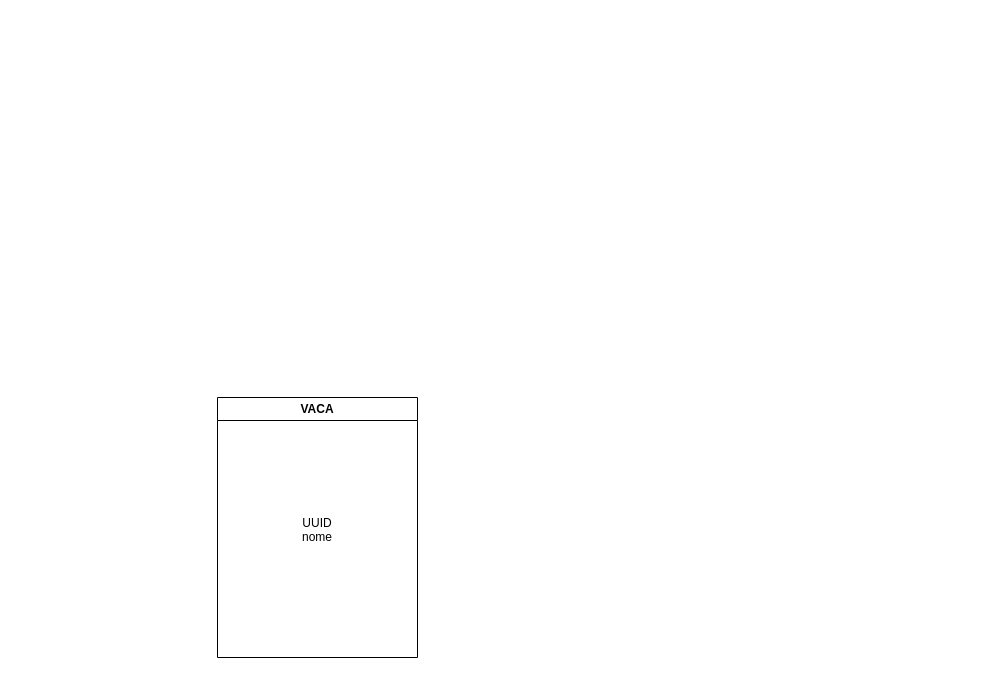
This is page "Page-1" (1 of 2) of Untitled Diagram.drawio from guilermiii/faculdade-kof-system, a draw.io file, before an edit. Source tidied: cells renumbered, new cells numbered last; positions are measured from the earlier drawing's top-left corner, leaving out a move shared by most shapes. Both pictures are drawn from the tidied source at 100%, with x=0, y=0 at pixel (217, 397).
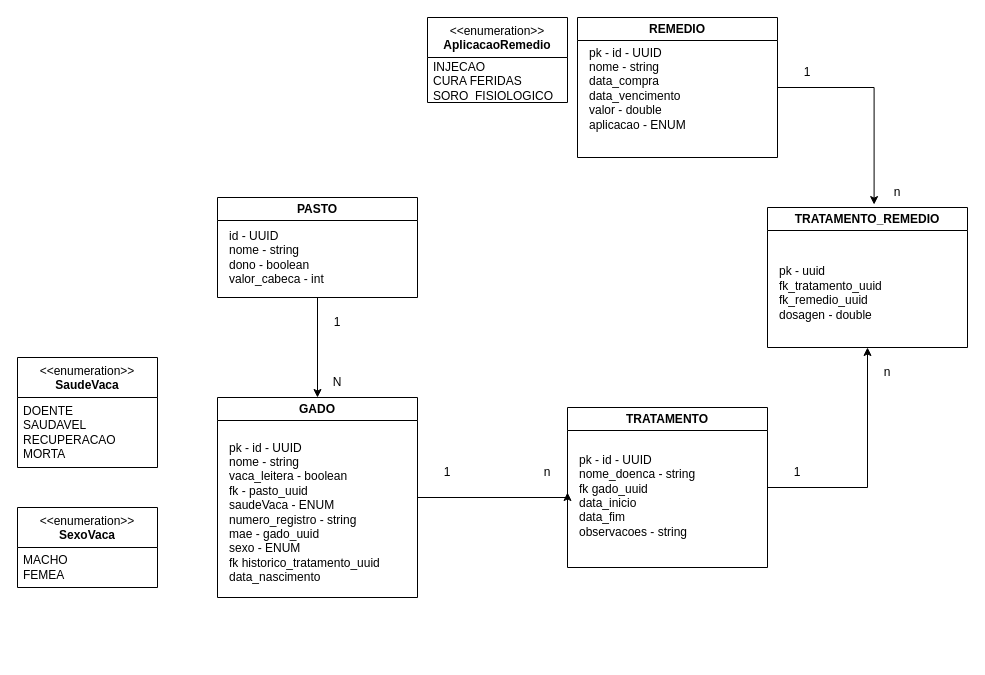
The same page after the edit.

Change to the diagram source:
```diff
@@
+    <mxCell id="4" style="edgeStyle=orthogonalEdgeStyle;rounded=0;jettySize=auto;html=1;" parent="1" edge="1" source="2">
+      <mxGeometry relative="1" as="geometry">
+        <mxPoint x="350" y="95" as="targetPoint" />
+        <Array as="points">
+          <mxPoint x="350" y="100" />
+        </Array>
+      </mxGeometry>
+    </mxCell>
-    <mxCell id="2" value="VACA" style="swimlane;whiteSpace=wrap;html=1;" parent="1" vertex="1">
-      <mxGeometry width="200" height="260" as="geometry" />
+    <mxCell id="2" value="GADO" style="swimlane;whiteSpace=wrap;html=1;" parent="1" vertex="1">
+      <mxGeometry width="200" height="200" as="geometry" />
     </mxCell>
-    <mxCell id="3" value="&lt;div&gt;UUID&lt;/div&gt;&lt;div&gt;nome&lt;/div&gt;&lt;div&gt;&lt;br&gt;&lt;/div&gt;" style="text;html=1;whiteSpace=wrap;strokeColor=none;fillColor=none;align=center;verticalAlign=middle;rounded=0;" parent="2" vertex="1">
-      <mxGeometry x="10" y="30" width="180" height="220" as="geometry" />
+    <mxCell id="3" value="&lt;div&gt;pk - id - UUID&lt;/div&gt;&lt;div&gt;nome - string&lt;/div&gt;&lt;div&gt;vaca_leitera - boolean&lt;/div&gt;&lt;div&gt;fk - pasto_uuid&lt;/div&gt;&lt;div&gt;saudeVaca - ENUM&lt;/div&gt;&lt;div&gt;numero_registro - string&lt;/div&gt;&lt;div&gt;mae - gado_uuid&lt;/div&gt;&lt;div&gt;sexo - ENUM&lt;/div&gt;&lt;div&gt;fk historico_tratamento_uuid&lt;/div&gt;&lt;div&gt;data_nascimento&lt;/div&gt;" style="text;html=1;whiteSpace=wrap;strokeColor=none;fillColor=none;align=left;verticalAlign=middle;rounded=0;" parent="2" vertex="1">
+      <mxGeometry x="10" y="30" width="180" height="170" as="geometry" />
     </mxCell>
+    <mxCell id="5" style="edgeStyle=orthogonalEdgeStyle;rounded=0;jettySize=auto;html=1;entryX=0.5;entryY=0;entryDx=0;entryDy=0;" parent="1" edge="1" source="6" target="2">
+      <mxGeometry relative="1" as="geometry" />
+    </mxCell>
+    <mxCell id="6" value="PASTO" style="swimlane;whiteSpace=wrap;html=1;" parent="1" vertex="1">
+      <mxGeometry y="-200" width="200" height="100" as="geometry" />
+    </mxCell>
+    <mxCell id="7" value="&lt;div&gt;id - UUID&lt;/div&gt;&lt;div&gt;nome - string&lt;/div&gt;&lt;div&gt;dono - boolean&lt;/div&gt;&lt;div&gt;valor_cabeca - int&lt;/div&gt;" style="text;html=1;whiteSpace=wrap;strokeColor=none;fillColor=none;align=left;verticalAlign=middle;rounded=0;" parent="6" vertex="1">
+      <mxGeometry x="10" y="30" width="180" height="60" as="geometry" />
+    </mxCell>
+    <mxCell id="8" value="&lt;div&gt;&amp;lt;&amp;lt;enumeration&amp;gt;&amp;gt;&lt;/div&gt;&lt;b&gt;SaudeVaca&lt;/b&gt;" style="swimlane;fontStyle=0;align=center;verticalAlign=top;horizontal=1;startSize=40;html=1;whiteSpace=wrap;" parent="1" vertex="1">
+      <mxGeometry x="-200" y="-40" width="140" height="110" as="geometry" />
+    </mxCell>
+    <mxCell id="9" value="&lt;div&gt;DOENTE&lt;/div&gt;&lt;div&gt;SAUDAVEL&lt;/div&gt;&lt;div&gt;RECUPERACAO&lt;/div&gt;&lt;div&gt;MORTA&lt;/div&gt;" style="text;html=1;strokeColor=none;fillColor=none;align=left;verticalAlign=middle;spacingLeft=4;spacingRight=4;overflow=hidden;whiteSpace=wrap;" parent="8" vertex="1">
+      <mxGeometry y="40" width="140" height="70" as="geometry" />
+    </mxCell>
+    <mxCell id="10" value="&lt;div&gt;&amp;lt;&amp;lt;enumeration&amp;gt;&amp;gt;&lt;/div&gt;&lt;div&gt;&lt;b&gt;SexoVaca&lt;/b&gt;&lt;/div&gt;" style="swimlane;fontStyle=0;align=center;verticalAlign=top;horizontal=1;startSize=40;html=1;whiteSpace=wrap;" parent="1" vertex="1">
+      <mxGeometry x="-200" y="110" width="140" height="80" as="geometry" />
+    </mxCell>
+    <mxCell id="11" value="&lt;div&gt;MACHO&lt;/div&gt;&lt;div&gt;FEMEA&lt;/div&gt;" style="text;html=1;strokeColor=none;fillColor=none;align=left;verticalAlign=middle;spacingLeft=4;spacingRight=4;overflow=hidden;whiteSpace=wrap;" parent="10" vertex="1">
+      <mxGeometry y="40" width="140" height="40" as="geometry" />
+    </mxCell>
+    <mxCell id="12" style="edgeStyle=orthogonalEdgeStyle;rounded=0;jettySize=auto;html=1;" parent="1" edge="1" source="13" target="25">
+      <mxGeometry relative="1" as="geometry" />
+    </mxCell>
+    <mxCell id="13" value="TRATAMENTO" style="swimlane;whiteSpace=wrap;html=1;" parent="1" vertex="1">
+      <mxGeometry x="350" y="10" width="200" height="160" as="geometry" />
+    </mxCell>
+    <mxCell id="14" value="&lt;div&gt;pk - id - UUID&lt;/div&gt;&lt;div&gt;nome_doenca - string&lt;/div&gt;&lt;div&gt;fk gado_uuid&lt;/div&gt;&lt;div&gt;data_inicio&lt;/div&gt;&lt;div&gt;data_fim&lt;/div&gt;&lt;div&gt;observacoes - string&lt;/div&gt;&lt;div&gt;&lt;br&gt;&lt;/div&gt;&lt;div&gt;&lt;br&gt;&lt;/div&gt;&lt;div&gt;&lt;br&gt;&lt;/div&gt;" style="text;html=1;whiteSpace=wrap;strokeColor=none;fillColor=none;align=left;verticalAlign=middle;rounded=0;" parent="13" vertex="1">
+      <mxGeometry x="10" y="70" width="180" height="80" as="geometry" />
+    </mxCell>
+    <mxCell id="15" value="1" style="text;html=1;whiteSpace=wrap;strokeColor=none;fillColor=none;align=center;verticalAlign=middle;rounded=0;" parent="1" vertex="1">
+      <mxGeometry x="90" y="-90" width="60" height="30" as="geometry" />
+    </mxCell>
+    <mxCell id="16" value="N" style="text;html=1;whiteSpace=wrap;strokeColor=none;fillColor=none;align=center;verticalAlign=middle;rounded=0;" parent="1" vertex="1">
+      <mxGeometry x="90" y="-30" width="60" height="30" as="geometry" />
+    </mxCell>
+    <mxCell id="17" value="1" style="text;html=1;whiteSpace=wrap;strokeColor=none;fillColor=none;align=center;verticalAlign=middle;rounded=0;" parent="1" vertex="1">
+      <mxGeometry x="200" y="60" width="60" height="30" as="geometry" />
+    </mxCell>
+    <mxCell id="18" value="n" style="text;html=1;whiteSpace=wrap;strokeColor=none;fillColor=none;align=center;verticalAlign=middle;rounded=0;" parent="1" vertex="1">
+      <mxGeometry x="300" y="60" width="60" height="30" as="geometry" />
+    </mxCell>
+    <mxCell id="19" value="REMEDIO" style="swimlane;whiteSpace=wrap;html=1;" parent="1" vertex="1">
+      <mxGeometry x="360" y="-380" width="200" height="140" as="geometry" />
+    </mxCell>
+    <mxCell id="20" value="&lt;div&gt;pk - id - UUID&lt;/div&gt;&lt;div&gt;nome - string&lt;/div&gt;&lt;div&gt;data_compra&lt;/div&gt;&lt;div&gt;data_vencimento&lt;/div&gt;&lt;div&gt;valor - double&lt;/div&gt;&lt;div&gt;aplicacao - ENUM&lt;/div&gt;&lt;div&gt;&lt;br&gt;&lt;/div&gt;&lt;div&gt;&lt;br&gt;&lt;/div&gt;&lt;div&gt;&lt;br&gt;&lt;/div&gt;&lt;div&gt;&lt;br&gt;&lt;/div&gt;" style="text;html=1;whiteSpace=wrap;strokeColor=none;fillColor=none;align=left;verticalAlign=middle;rounded=0;" parent="19" vertex="1">
+      <mxGeometry x="10" y="70" width="180" height="60" as="geometry" />
+    </mxCell>
+    <mxCell id="21" value="&lt;div&gt;&amp;lt;&amp;lt;enumeration&amp;gt;&amp;gt;&lt;/div&gt;&lt;b&gt;AplicacaoRemedio&lt;/b&gt;" style="swimlane;fontStyle=0;align=center;verticalAlign=top;horizontal=1;startSize=40;html=1;whiteSpace=wrap;" parent="1" vertex="1">
+      <mxGeometry x="210" y="-380" width="140" height="85" as="geometry" />
+    </mxCell>
+    <mxCell id="22" value="&lt;div&gt;INJECAO&lt;/div&gt;&lt;div&gt;CURA FERIDAS&lt;/div&gt;&lt;div&gt;SORO_FISIOLOGICO&lt;/div&gt;&lt;div&gt;&lt;br&gt;&lt;/div&gt;&lt;div&gt;&lt;br&gt;&lt;/div&gt;" style="text;html=1;strokeColor=none;fillColor=none;align=left;verticalAlign=middle;spacingLeft=4;spacingRight=4;overflow=hidden;whiteSpace=wrap;" parent="21" vertex="1">
+      <mxGeometry y="40" width="140" height="45" as="geometry" />
+    </mxCell>
+    <mxCell id="23" value="1" style="text;html=1;whiteSpace=wrap;strokeColor=none;fillColor=none;align=center;verticalAlign=middle;rounded=0;" parent="1" vertex="1">
+      <mxGeometry x="550" y="60" width="60" height="30" as="geometry" />
+    </mxCell>
+    <mxCell id="24" value="TRATAMENTO_REMEDIO" style="swimlane;whiteSpace=wrap;html=1;" parent="1" vertex="1">
+      <mxGeometry x="550" y="-190" width="200" height="140" as="geometry" />
+    </mxCell>
+    <mxCell id="25" value="&lt;div&gt;pk - uuid&lt;/div&gt;&lt;div&gt;fk_tratamento_uuid&lt;/div&gt;&lt;div&gt;fk_remedio_uuid&lt;/div&gt;&lt;div&gt;dosagen - double&lt;/div&gt;&lt;div&gt;&lt;br&gt;&lt;/div&gt;&lt;div&gt;&lt;br&gt;&lt;/div&gt;" style="text;html=1;whiteSpace=wrap;strokeColor=none;fillColor=none;align=left;verticalAlign=middle;rounded=0;" parent="24" vertex="1">
+      <mxGeometry x="10" y="60" width="180" height="80" as="geometry" />
+    </mxCell>
+    <mxCell id="26" style="edgeStyle=orthogonalEdgeStyle;rounded=0;jettySize=auto;html=1;exitX=1;exitY=0.5;exitDx=0;exitDy=0;entryX=0.533;entryY=-0.021;entryDx=0;entryDy=0;entryPerimeter=0;" parent="1" edge="1" source="19" target="24">
+      <mxGeometry relative="1" as="geometry" />
+    </mxCell>
+    <mxCell id="27" value="n" style="text;html=1;whiteSpace=wrap;strokeColor=none;fillColor=none;align=center;verticalAlign=middle;rounded=0;" parent="1" vertex="1">
+      <mxGeometry x="650" y="-220" width="60" height="30" as="geometry" />
+    </mxCell>
+    <mxCell id="28" value="n" style="text;html=1;whiteSpace=wrap;strokeColor=none;fillColor=none;align=center;verticalAlign=middle;rounded=0;" parent="1" vertex="1">
+      <mxGeometry x="640" y="-40" width="60" height="30" as="geometry" />
+    </mxCell>
+    <mxCell id="29" value="1" style="text;html=1;whiteSpace=wrap;strokeColor=none;fillColor=none;align=center;verticalAlign=middle;rounded=0;" parent="1" vertex="1">
+      <mxGeometry x="560" y="-340" width="60" height="30" as="geometry" />
+    </mxCell>
```
